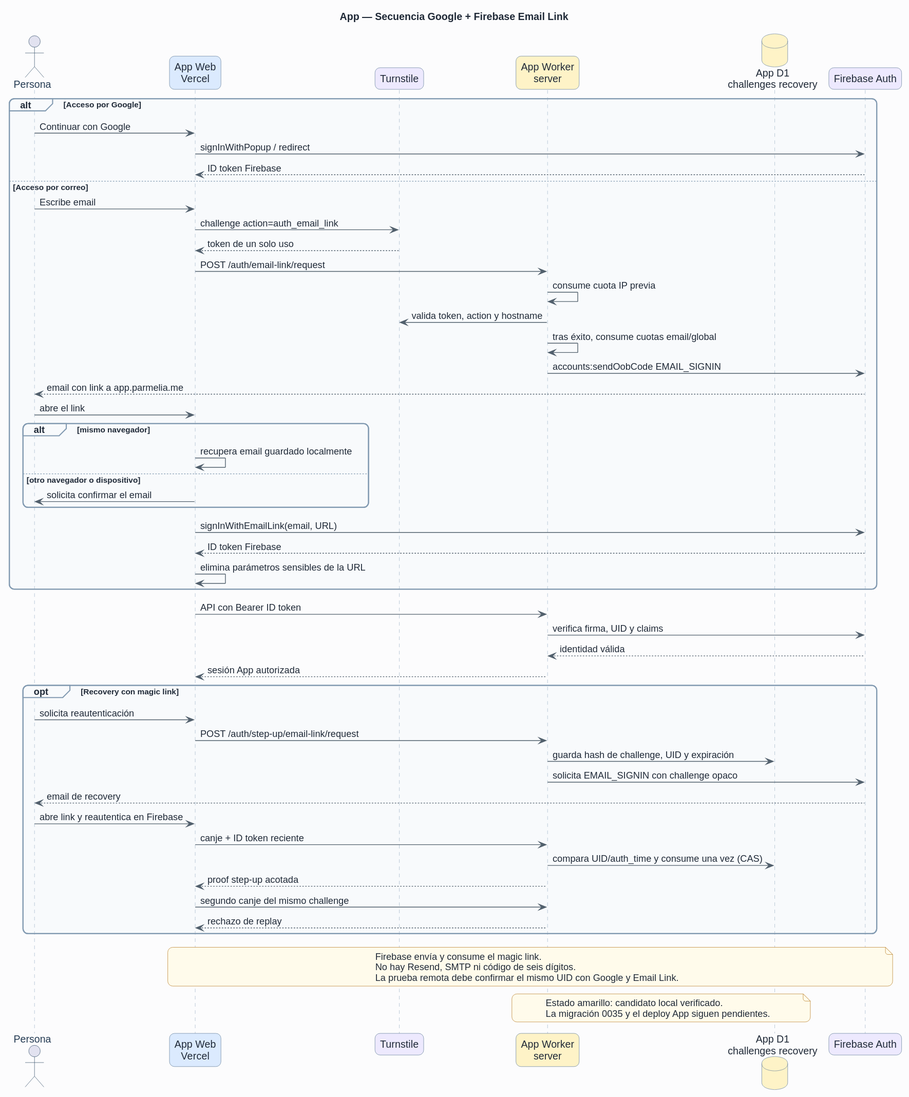
The PlantUML diagram docs/architecture/rendered/11-secuencia-magic-link-app.svg in danelerr/parmelia-links, before a commit. Source of this version:
```plantuml
@startuml
!include _theme.puml
title App — Secuencia Google + Firebase Email Link

actor "Persona" as person
participant "App Web\nVercel" as app COLOR_WEB
participant "Turnstile" as turnstile COLOR_EXTERNAL
participant "App Worker\nserver" as worker COLOR_READY
database "App D1\nchallenges recovery" as d1 COLOR_READY
participant "Firebase Auth" as firebase COLOR_EXTERNAL

alt Acceso por Google
  person -> app : Continuar con Google
  app -> firebase : signInWithPopup / redirect
  firebase --> app : ID token Firebase
else Acceso por correo
  person -> app : Escribe email
  app -> turnstile : challenge action=auth_email_link
  turnstile --> app : token de un solo uso
  app -> worker : POST /auth/email-link/request
  worker -> worker : consume cuota IP previa
  worker -> turnstile : valida token, action y hostname
  worker -> worker : tras éxito, consume cuotas email/global
  worker -> firebase : accounts:sendOobCode EMAIL_SIGNIN
  firebase --> person : email con link a app.parmelia.me

  person -> app : abre el link
  alt mismo navegador
    app -> app : recupera email guardado localmente
  else otro navegador o dispositivo
    app -> person : solicita confirmar el email
  end
  app -> firebase : signInWithEmailLink(email, URL)
  firebase --> app : ID token Firebase
  app -> app : elimina parámetros sensibles de la URL
end

app -> worker : API con Bearer ID token
worker -> firebase : verifica firma, UID y claims
firebase --> worker : identidad válida
worker --> app : sesión App autorizada

opt Recovery con magic link
  person -> app : solicita reautenticación
  app -> worker : POST /auth/step-up/email-link/request
  worker -> d1 : guarda hash de challenge, UID y expiración
  worker -> firebase : solicita EMAIL_SIGNIN con challenge opaco
  firebase --> person : email de recovery
  person -> app : abre link y reautentica en Firebase
  app -> worker : canje + ID token reciente
  worker -> d1 : compara UID/auth_time y consume una vez (CAS)
  worker --> app : proof step-up acotada
  app -> worker : segundo canje del mismo challenge
  worker --> app : rechazo de replay
end

note over app,firebase
  Firebase envía y consume el magic link.
  No hay Resend, SMTP ni código de seis dígitos.
  La prueba remota debe confirmar el mismo UID con Google y Email Link.
end note

note over worker,d1
  Estado amarillo: candidato local verificado.
  La migración 0035 y el deploy App siguen pendientes.
end note
@enduml
```
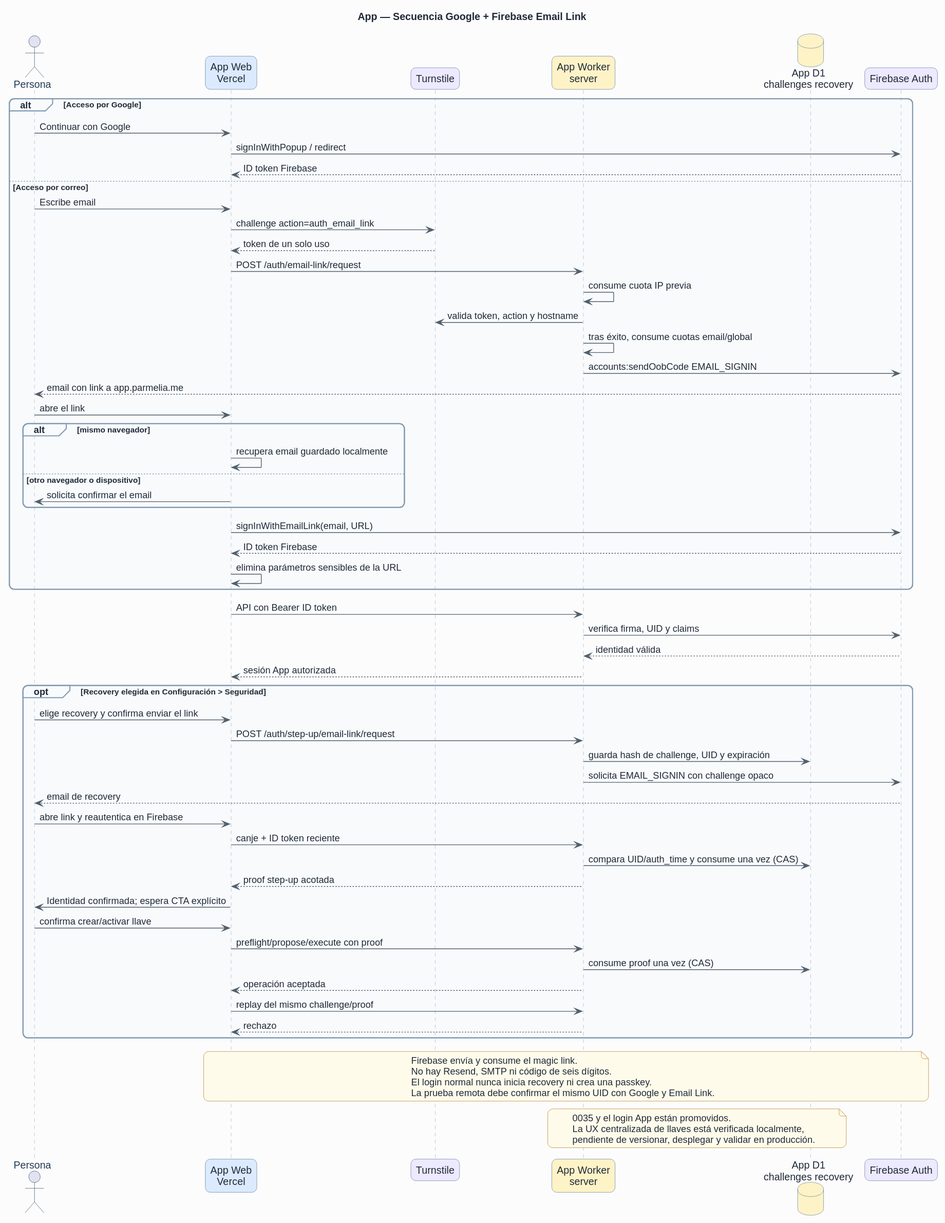
After the commit.

Diff of the diagram source:
```diff
@@ -40,8 +40,8 @@
 firebase --> worker : identidad válida
 worker --> app : sesión App autorizada
 
-opt Recovery con magic link
-  person -> app : solicita reautenticación
+opt Recovery elegida en Configuración > Seguridad
+  person -> app : elige recovery y confirma enviar el link
   app -> worker : POST /auth/step-up/email-link/request
   worker -> d1 : guarda hash de challenge, UID y expiración
   worker -> firebase : solicita EMAIL_SIGNIN con challenge opaco
@@ -50,18 +50,25 @@
   app -> worker : canje + ID token reciente
   worker -> d1 : compara UID/auth_time y consume una vez (CAS)
   worker --> app : proof step-up acotada
-  app -> worker : segundo canje del mismo challenge
-  worker --> app : rechazo de replay
+  app -> person : Identidad confirmada; espera CTA explícito
+  person -> app : confirma crear/activar llave
+  app -> worker : preflight/propose/execute con proof
+  worker -> d1 : consume proof una vez (CAS)
+  worker --> app : operación aceptada
+  app -> worker : replay del mismo challenge/proof
+  worker --> app : rechazo
 end
 
 note over app,firebase
   Firebase envía y consume el magic link.
   No hay Resend, SMTP ni código de seis dígitos.
+  El login normal nunca inicia recovery ni crea una passkey.
   La prueba remota debe confirmar el mismo UID con Google y Email Link.
 end note
 
 note over worker,d1
-  Estado amarillo: candidato local verificado.
-  La migración 0035 y el deploy App siguen pendientes.
+  0035 y el login App están promovidos.
+  La UX centralizada de llaves está verificada localmente,
+  pendiente de versionar, desplegar y validar en producción.
 end note
 @enduml
```
